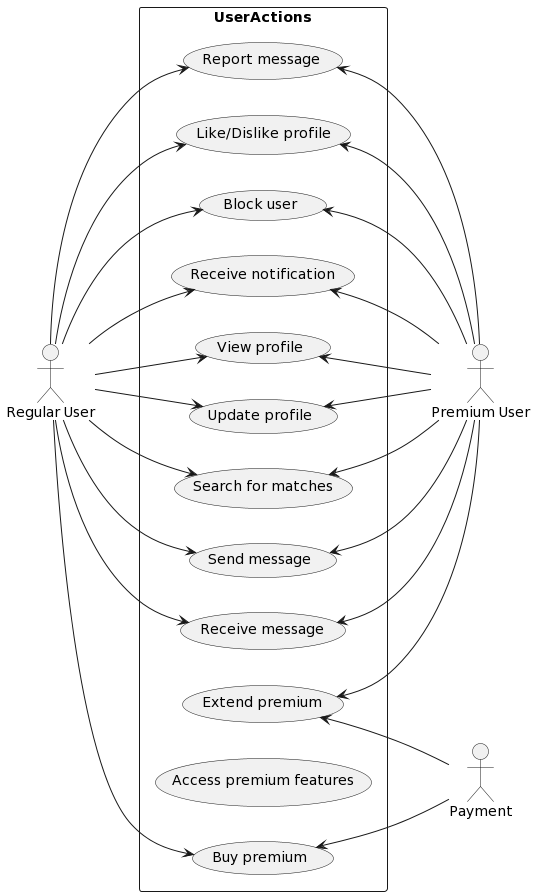
dkdeptrai/SE357-Practice_Class keeps this PlantUML diagram as Lab1/Lab1.2/usecase_diagram/use_case_user_actions.png. Above is the earlier version.
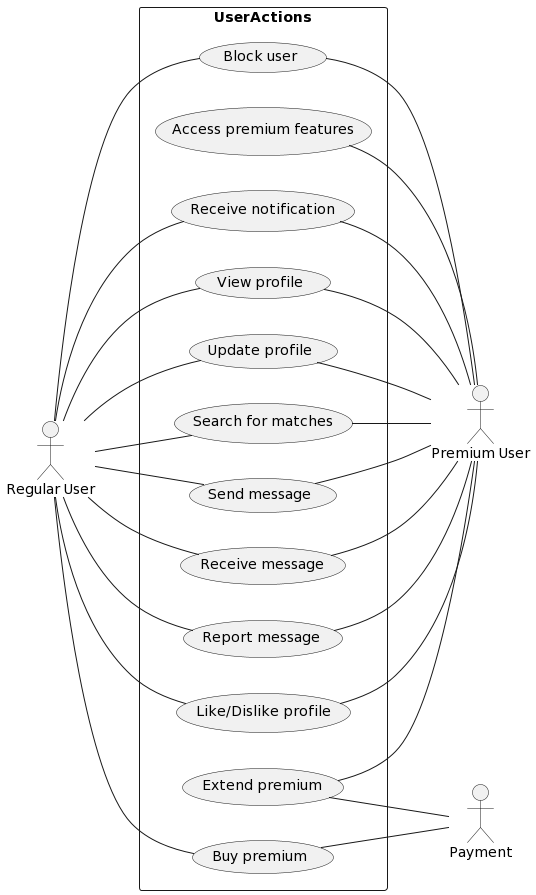
The same file after the commit.

Commit message:
chore: remove arrows in use case diagram

Diff of the diagram source:
```diff
@@ -19,28 +19,29 @@
   (Extend premium) as extendPremium
 }
 
-ru --> viewProfile
-ru --> updateProfile
-ru --> searchMatches
-ru --> sendMessage
-ru --> receiveMessage
-ru --> reportMessage
-ru --> reactProfile
-ru --> blockUser
-ru --> receiveNotification
-ru --> buyPremium
+ru -- viewProfile
+ru -- updateProfile
+ru -- searchMatches
+ru -- sendMessage
+ru -- receiveMessage
+ru -- reportMessage
+ru -- reactProfile
+ru -- blockUser
+ru -- receiveNotification
+ru -- buyPremium
 
-viewProfile <-- pu
-updateProfile <-- pu
-searchMatches <-- pu
-sendMessage <-- pu
-receiveMessage <-- pu
-reportMessage <-- pu
-reactProfile <-- pu
-blockUser <-- pu
-receiveNotification <-- pu
-extendPremium <-- pu
+viewProfile -- pu
+updateProfile -- pu
+searchMatches -- pu
+sendMessage -- pu
+receiveMessage -- pu
+reportMessage -- pu
+reactProfile -- pu
+blockUser -- pu
+receiveNotification -- pu
+accessPremium -- pu
+extendPremium -- pu
 
-buyPremium <-- payment
-extendPremium <-- payment
+buyPremium -- payment
+extendPremium -- payment
 @enduml
```
